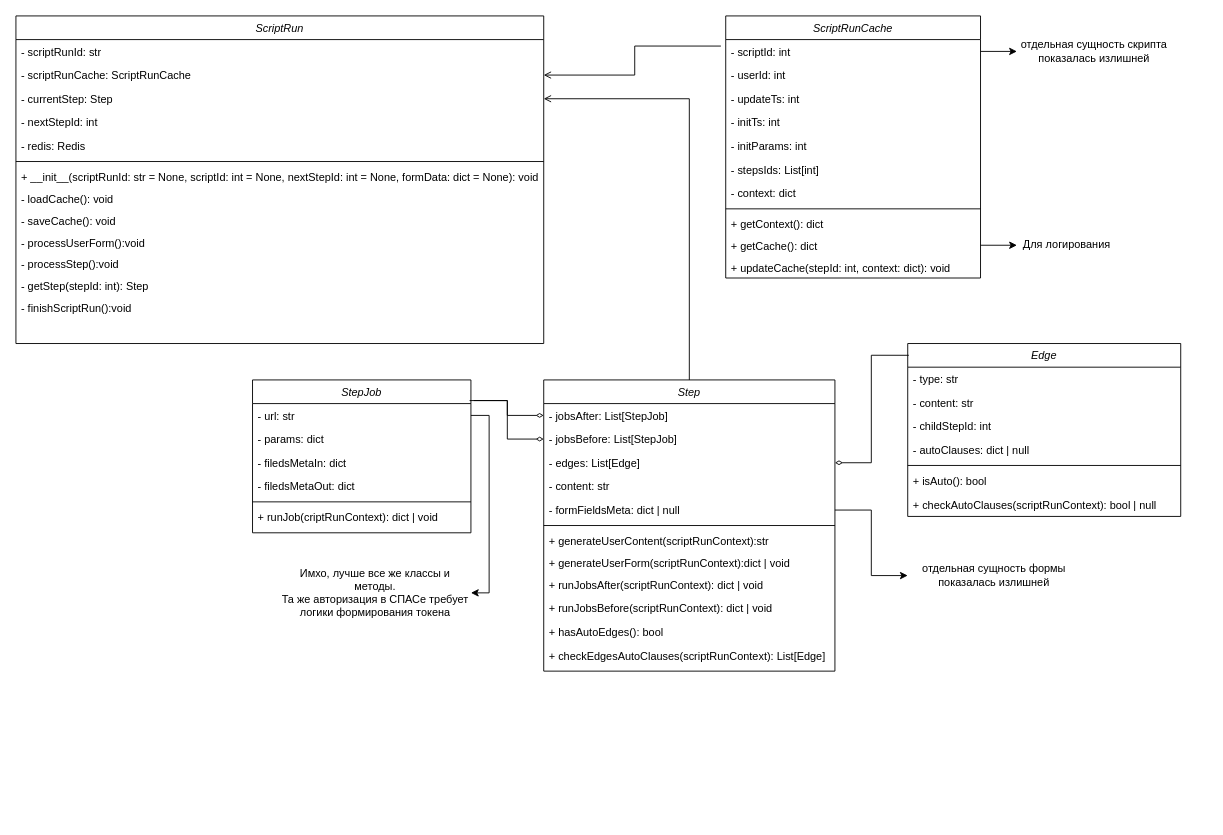
The draw.io diagram scripting_uml.drawio in pashorg/stuff, before the edit. Source tidied: cells renumbered, new cells numbered last; positions are measured from the earlier drawing's top-left corner, leaving out a move shared by most shapes. Both pictures are drawn from the tidied source at 91%, with x=0, y=0 at pixel (15, 15).
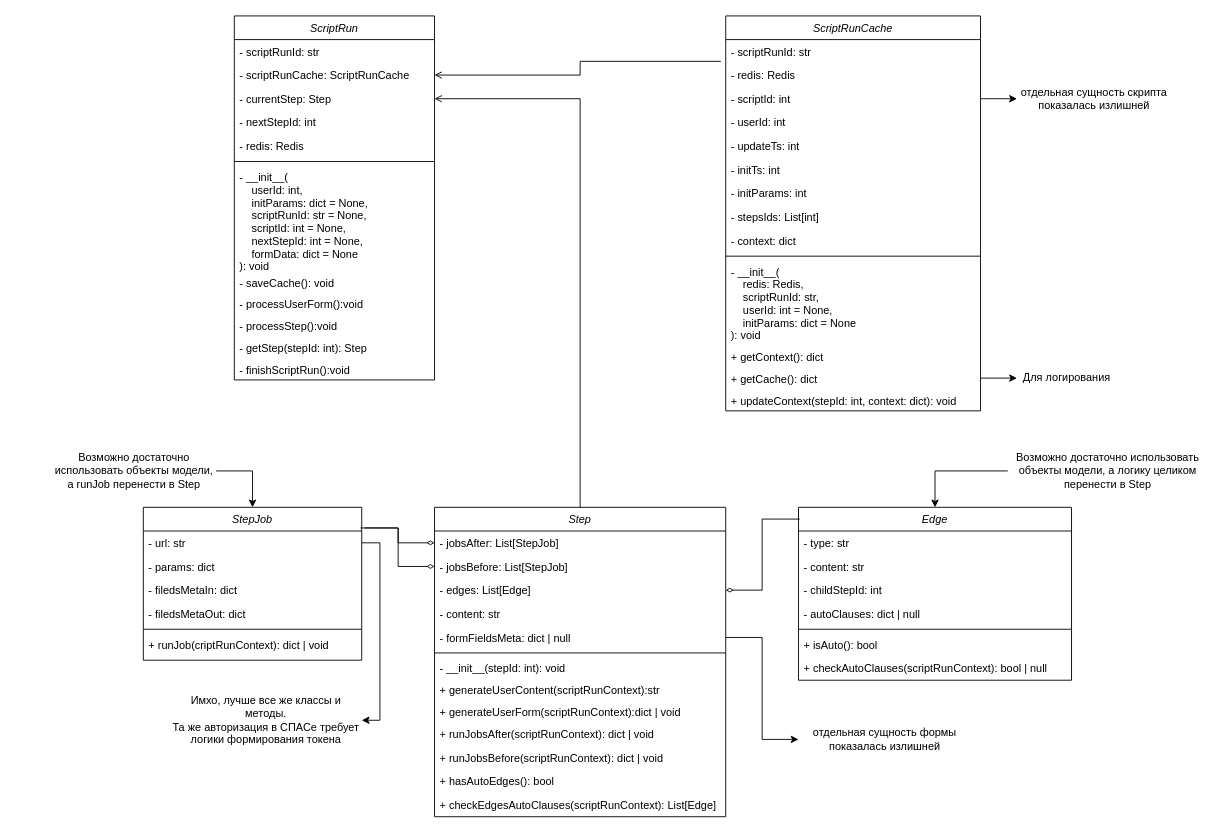
Above is the later version.

What changed in the source:
```diff
@@
     <mxCell id="2" value="ScriptRun" style="swimlane;fontStyle=2;align=center;verticalAlign=top;horizontal=1;startSize=26;rounded=0;shadow=0;strokeWidth=1;" parent="1" vertex="1">
-      <mxGeometry width="580" height="360" as="geometry" />
+      <mxGeometry x="240" width="220" height="400" as="geometry" />
     </mxCell>
     <mxCell id="3" value="- scriptRunId: str" style="text;align=left;verticalAlign=top;spacingLeft=4;spacingRight=4;overflow=hidden;rounded=0;shadow=0;html=0;" parent="2" vertex="1">
-      <mxGeometry y="26" width="580" height="26" as="geometry" />
+      <mxGeometry y="26" width="220" height="26" as="geometry" />
     </mxCell>
     <mxCell id="4" value="- scriptRunCache: ScriptRunCache" style="text;align=left;verticalAlign=top;spacingLeft=4;spacingRight=4;overflow=hidden;points=[[0,0.5],[1,0.5]];portConstraint=eastwest;rounded=0;shadow=0;html=0;" parent="2" vertex="1">
-      <mxGeometry y="52" width="580" height="26" as="geometry" />
+      <mxGeometry y="52" width="220" height="26" as="geometry" />
     </mxCell>
     <mxCell id="5" value="- currentStep: Step" style="text;align=left;verticalAlign=top;spacingLeft=4;spacingRight=4;overflow=hidden;points=[[0,0.5],[1,0.5]];portConstraint=eastwest;rounded=0;shadow=0;html=0;" parent="2" vertex="1">
-      <mxGeometry y="78" width="580" height="26" as="geometry" />
+      <mxGeometry y="78" width="220" height="26" as="geometry" />
     </mxCell>
     <mxCell id="6" value="- nextStepId: int" style="text;align=left;verticalAlign=top;spacingLeft=4;spacingRight=4;overflow=hidden;rounded=0;shadow=0;html=0;" parent="2" vertex="1">
-      <mxGeometry y="104" width="580" height="26" as="geometry" />
+      <mxGeometry y="104" width="220" height="26" as="geometry" />
     </mxCell>
     <mxCell id="7" value="- redis: Redis" style="text;align=left;verticalAlign=top;spacingLeft=4;spacingRight=4;overflow=hidden;rounded=0;shadow=0;html=0;" parent="2" vertex="1">
-      <mxGeometry y="130" width="580" height="26" as="geometry" />
+      <mxGeometry y="130" width="220" height="26" as="geometry" />
     </mxCell>
     <mxCell id="8" style="line;html=1;strokeWidth=1;align=left;verticalAlign=middle;spacingTop=-1;spacingLeft=3;spacingRight=3;labelPosition=right;" parent="2" vertex="1">
-      <mxGeometry y="156" width="580" height="8" as="geometry" />
+      <mxGeometry y="156" width="220" height="8" as="geometry" />
     </mxCell>
-    <mxCell id="9" value="+ __init__(scriptRunId: str = None, scriptId: int = None, nextStepId: int = None, formData: dict = None): void" style="text;align=left;verticalAlign=top;spacingLeft=4;spacingRight=4;overflow=hidden;" parent="2" vertex="1">
-      <mxGeometry y="164" width="580" height="24" as="geometry" />
+    <mxCell id="9" value="- __init__(&#10;    userId: int, &#10;    initParams: dict = None, &#10;    scriptRunId: str = None, &#10;    scriptId: int = None, &#10;    nextStepId: int = None, &#10;    formData: dict = None&#10;): void" style="text;align=left;verticalAlign=top;spacingLeft=4;spacingRight=4;overflow=hidden;" parent="2" vertex="1">
+      <mxGeometry y="164" width="220" height="116" as="geometry" />
     </mxCell>
-    <mxCell id="10" value="- loadCache(): void" style="text;align=left;verticalAlign=top;spacingLeft=4;spacingRight=4;overflow=hidden;" parent="2" vertex="1">
-      <mxGeometry y="188" width="580" height="24" as="geometry" />
-    </mxCell>
     <mxCell id="11" value="- saveCache(): void" style="text;align=left;verticalAlign=top;spacingLeft=4;spacingRight=4;overflow=hidden;" parent="2" vertex="1">
-      <mxGeometry y="212" width="580" height="24" as="geometry" />
+      <mxGeometry y="280" width="220" height="24" as="geometry" />
     </mxCell>
     <mxCell id="12" value="- processUserForm():void" style="text;align=left;verticalAlign=top;spacingLeft=4;spacingRight=4;overflow=hidden;" parent="2" vertex="1">
-      <mxGeometry y="236" width="580" height="24" as="geometry" />
+      <mxGeometry y="304" width="220" height="24" as="geometry" />
     </mxCell>
     <mxCell id="13" value="- processStep():void" style="text;align=left;verticalAlign=top;spacingLeft=4;spacingRight=4;overflow=hidden;" parent="2" vertex="1">
-      <mxGeometry y="260" width="580" height="24" as="geometry" />
+      <mxGeometry y="328" width="220" height="24" as="geometry" />
     </mxCell>
     <mxCell id="14" value="- getStep(stepId: int): Step" style="text;align=left;verticalAlign=top;spacingLeft=4;spacingRight=4;overflow=hidden;" parent="2" vertex="1">
-      <mxGeometry y="284" width="580" height="24" as="geometry" />
+      <mxGeometry y="352" width="220" height="24" as="geometry" />
     </mxCell>
     <mxCell id="15" value="- finishScriptRun():void" style="text;align=left;verticalAlign=top;spacingLeft=4;spacingRight=4;overflow=hidden;" parent="2" vertex="1">
-      <mxGeometry y="308" width="580" height="24" as="geometry" />
+      <mxGeometry y="376" width="220" height="24" as="geometry" />
     </mxCell>
     <mxCell id="16" value="ScriptRunCache" style="swimlane;fontStyle=2;align=center;verticalAlign=top;horizontal=1;startSize=26;rounded=0;shadow=0;strokeWidth=1;" parent="1" vertex="1">
-      <mxGeometry x="780" width="280" height="288" as="geometry" />
+      <mxGeometry x="780" width="280" height="434" as="geometry" />
     </mxCell>
+    <mxCell id="69" value="- scriptRunId: str" style="text;align=left;verticalAlign=top;spacingLeft=4;spacingRight=4;overflow=hidden;rounded=0;shadow=0;html=0;" parent="16" vertex="1">
+      <mxGeometry y="26" width="280" height="26" as="geometry" />
+    </mxCell>
+    <mxCell id="70" value="- redis: Redis" style="text;align=left;verticalAlign=top;spacingLeft=4;spacingRight=4;overflow=hidden;rounded=0;shadow=0;html=0;" parent="16" vertex="1">
+      <mxGeometry y="52" width="280" height="26" as="geometry" />
+    </mxCell>
     <mxCell id="17" value="- scriptId: int" style="text;align=left;verticalAlign=top;spacingLeft=4;spacingRight=4;overflow=hidden;points=[[0,0.5],[1,0.5]];portConstraint=eastwest;rounded=0;shadow=0;html=0;" parent="16" vertex="1">
-      <mxGeometry y="26" width="280" height="26" as="geometry" />
+      <mxGeometry y="78" width="280" height="26" as="geometry" />
     </mxCell>
     <mxCell id="18" value="- userId: int" style="text;align=left;verticalAlign=top;spacingLeft=4;spacingRight=4;overflow=hidden;rounded=0;shadow=0;html=0;" parent="16" vertex="1">
-      <mxGeometry y="52" width="280" height="26" as="geometry" />
+      <mxGeometry y="104" width="280" height="26" as="geometry" />
     </mxCell>
     <mxCell id="19" value="- updateTs: int" style="text;align=left;verticalAlign=top;spacingLeft=4;spacingRight=4;overflow=hidden;rounded=0;shadow=0;html=0;" parent="16" vertex="1">
-      <mxGeometry y="78" width="280" height="26" as="geometry" />
+      <mxGeometry y="130" width="280" height="26" as="geometry" />
     </mxCell>
     <mxCell id="20" value="- initTs: int" style="text;align=left;verticalAlign=top;spacingLeft=4;spacingRight=4;overflow=hidden;rounded=0;shadow=0;html=0;" parent="16" vertex="1">
-      <mxGeometry y="104" width="280" height="26" as="geometry" />
+      <mxGeometry y="156" width="280" height="26" as="geometry" />
     </mxCell>
     <mxCell id="21" value="- initParams: int" style="text;align=left;verticalAlign=top;spacingLeft=4;spacingRight=4;overflow=hidden;rounded=0;shadow=0;html=0;" parent="16" vertex="1">
-      <mxGeometry y="130" width="280" height="26" as="geometry" />
+      <mxGeometry y="182" width="280" height="26" as="geometry" />
     </mxCell>
     <mxCell id="22" value="- stepsIds: List[int]" style="text;align=left;verticalAlign=top;spacingLeft=4;spacingRight=4;overflow=hidden;rounded=0;shadow=0;html=0;" parent="16" vertex="1">
-      <mxGeometry y="156" width="280" height="26" as="geometry" />
+      <mxGeometry y="208" width="280" height="26" as="geometry" />
     </mxCell>
     <mxCell id="23" value="- context: dict" style="text;align=left;verticalAlign=top;spacingLeft=4;spacingRight=4;overflow=hidden;rounded=0;shadow=0;html=0;" parent="16" vertex="1">
-      <mxGeometry y="182" width="280" height="26" as="geometry" />
+      <mxGeometry y="234" width="280" height="26" as="geometry" />
     </mxCell>
     <mxCell id="24" style="line;html=1;strokeWidth=1;align=left;verticalAlign=middle;spacingTop=-1;spacingLeft=3;spacingRight=3;labelPosition=right;" parent="16" vertex="1">
-      <mxGeometry y="208" width="280" height="8" as="geometry" />
+      <mxGeometry y="260" width="280" height="8" as="geometry" />
     </mxCell>
+    <mxCell id="71" value="- __init__(&#10;    redis: Redis, &#10;    scriptRunId: str, &#10;    userId: int = None, &#10;    initParams: dict = None&#10;): void" style="text;align=left;verticalAlign=top;spacingLeft=4;spacingRight=4;overflow=hidden;" parent="16" vertex="1">
+      <mxGeometry y="268" width="280" height="94" as="geometry" />
+    </mxCell>
     <mxCell id="25" value="+ getContext(): dict" style="text;align=left;verticalAlign=top;spacingLeft=4;spacingRight=4;overflow=hidden;" parent="16" vertex="1">
-      <mxGeometry y="216" width="280" height="24" as="geometry" />
+      <mxGeometry y="362" width="280" height="24" as="geometry" />
     </mxCell>
     <mxCell id="26" value="+ getCache(): dict" style="text;align=left;verticalAlign=top;spacingLeft=4;spacingRight=4;overflow=hidden;points=[[0,0.5],[1,0.5]];portConstraint=eastwest;" parent="16" vertex="1">
-      <mxGeometry y="240" width="280" height="24" as="geometry" />
+      <mxGeometry y="386" width="280" height="24" as="geometry" />
     </mxCell>
-    <mxCell id="27" value="+ updateCache(stepId: int, context: dict): void" style="text;align=left;verticalAlign=top;spacingLeft=4;spacingRight=4;overflow=hidden;" parent="16" vertex="1">
-      <mxGeometry y="264" width="280" height="24" as="geometry" />
+    <mxCell id="27" value="+ updateContext(stepId: int, context: dict): void" style="text;align=left;verticalAlign=top;spacingLeft=4;spacingRight=4;overflow=hidden;" parent="16" vertex="1">
+      <mxGeometry y="410" width="280" height="24" as="geometry" />
     </mxCell>
@@
     <mxCell id="29" value="Step" style="swimlane;fontStyle=2;align=center;verticalAlign=top;horizontal=1;startSize=26;rounded=0;shadow=0;strokeWidth=1;" parent="1" vertex="1">
-      <mxGeometry x="580" y="400" width="320" height="320" as="geometry" />
+      <mxGeometry x="460" y="540" width="320" height="340" as="geometry" />
     </mxCell>
@@
-    <mxCell id="36" value="+ generateUserContent(scriptRunContext):str" style="text;align=left;verticalAlign=top;spacingLeft=4;spacingRight=4;overflow=hidden;" parent="29" vertex="1">
+    <mxCell id="36" value="- __init__(stepId: int): void" style="text;align=left;verticalAlign=top;spacingLeft=4;spacingRight=4;overflow=hidden;" parent="29" vertex="1">
       <mxGeometry y="164" width="320" height="24" as="geometry" />
     </mxCell>
+    <mxCell id="72" value="+ generateUserContent(scriptRunContext):str" style="text;align=left;verticalAlign=top;spacingLeft=4;spacingRight=4;overflow=hidden;" parent="29" vertex="1">
+      <mxGeometry y="188" width="320" height="24" as="geometry" />
+    </mxCell>
     <mxCell id="37" value="+ generateUserForm(scriptRunContext):dict | void" style="text;align=left;verticalAlign=top;spacingLeft=4;spacingRight=4;overflow=hidden;" parent="29" vertex="1">
-      <mxGeometry y="188" width="320" height="24" as="geometry" />
+      <mxGeometry y="212" width="320" height="24" as="geometry" />
     </mxCell>
     <mxCell id="38" value="+ runJobsAfter(scriptRunContext): dict | void" style="text;align=left;verticalAlign=top;spacingLeft=4;spacingRight=4;overflow=hidden;rounded=0;shadow=0;html=0;" parent="29" vertex="1">
-      <mxGeometry y="212" width="320" height="26" as="geometry" />
+      <mxGeometry y="236" width="320" height="26" as="geometry" />
     </mxCell>
     <mxCell id="39" value="+ runJobsBefore(scriptRunContext): dict | void" style="text;align=left;verticalAlign=top;spacingLeft=4;spacingRight=4;overflow=hidden;rounded=0;shadow=0;html=0;" parent="29" vertex="1">
-      <mxGeometry y="238" width="320" height="26" as="geometry" />
+      <mxGeometry y="262" width="320" height="26" as="geometry" />
     </mxCell>
     <mxCell id="40" value="+ hasAutoEdges(): bool" style="text;align=left;verticalAlign=top;spacingLeft=4;spacingRight=4;overflow=hidden;rounded=0;shadow=0;html=0;" parent="29" vertex="1">
-      <mxGeometry y="264" width="320" height="26" as="geometry" />
+      <mxGeometry y="288" width="320" height="26" as="geometry" />
     </mxCell>
     <mxCell id="41" value="+ checkEdgesAutoClauses(scriptRunContext): List[Edge]" style="text;align=left;verticalAlign=top;spacingLeft=4;spacingRight=4;overflow=hidden;rounded=0;shadow=0;html=0;" parent="29" vertex="1">
-      <mxGeometry y="290" width="320" height="26" as="geometry" />
+      <mxGeometry y="314" width="320" height="26" as="geometry" />
     </mxCell>
@@
     <mxCell id="43" value="StepJob" style="swimlane;fontStyle=2;align=center;verticalAlign=top;horizontal=1;startSize=26;rounded=0;shadow=0;strokeWidth=1;" parent="1" vertex="1">
-      <mxGeometry x="260" y="400" width="240" height="168" as="geometry" />
+      <mxGeometry x="140" y="540" width="240" height="168" as="geometry" />
     </mxCell>
@@
     <mxCell id="52" value="Edge" style="swimlane;fontStyle=2;align=center;verticalAlign=top;horizontal=1;startSize=26;rounded=0;shadow=0;strokeWidth=1;" parent="1" vertex="1">
-      <mxGeometry x="980" y="360" width="300" height="190" as="geometry" />
+      <mxGeometry x="860" y="540" width="300" height="190" as="geometry" />
     </mxCell>
@@
     <mxCell id="61" value="отдельная сущность скрипта показалась излишней" style="text;html=1;strokeColor=none;fillColor=none;align=center;verticalAlign=middle;whiteSpace=wrap;rounded=0;" parent="1" vertex="1">
-      <mxGeometry x="1100" y="24" width="170" height="30" as="geometry" />
+      <mxGeometry x="1100" y="76" width="170" height="30" as="geometry" />
     </mxCell>
     <mxCell id="62" value="Для логирования" style="text;html=1;strokeColor=none;fillColor=none;align=center;verticalAlign=middle;whiteSpace=wrap;rounded=0;" parent="1" vertex="1">
-      <mxGeometry x="1100" y="237" width="110" height="30" as="geometry" />
+      <mxGeometry x="1100" y="383" width="110" height="30" as="geometry" />
     </mxCell>
@@
     <mxCell id="65" value="отдельная сущность формы показалась излишней" style="text;html=1;strokeColor=none;fillColor=none;align=center;verticalAlign=middle;whiteSpace=wrap;rounded=0;" parent="1" vertex="1">
-      <mxGeometry x="980" y="600" width="190" height="30" as="geometry" />
+      <mxGeometry x="860" y="780" width="190" height="30" as="geometry" />
     </mxCell>
     <mxCell id="66" value="Имхо, лучше все же классы и методы. &lt;br&gt;Та же авторизация в СПАСе требует логики формирования токена" style="text;html=1;strokeColor=none;fillColor=none;align=center;verticalAlign=middle;whiteSpace=wrap;rounded=0;" parent="1" vertex="1">
-      <mxGeometry x="290" y="600" width="210" height="68" as="geometry" />
+      <mxGeometry x="170" y="740" width="210" height="68" as="geometry" />
     </mxCell>
@@
+    <mxCell id="73" style="edgeStyle=orthogonalEdgeStyle;rounded=0;jettySize=auto;html=1;exitX=1;exitY=0.5;exitDx=0;exitDy=0;entryX=0.5;entryY=0;entryDx=0;entryDy=0;" parent="1" edge="1" source="74" target="43">
+      <mxGeometry relative="1" as="geometry" />
+    </mxCell>
+    <mxCell id="74" value="Возможно достаточно использовать объекты модели, а runJob перенести в Step" style="text;html=1;strokeColor=none;fillColor=none;align=center;verticalAlign=middle;whiteSpace=wrap;rounded=0;" parent="1" vertex="1">
+      <mxGeometry x="40" y="480" width="180" height="40" as="geometry" />
+    </mxCell>
+    <mxCell id="75" style="edgeStyle=orthogonalEdgeStyle;rounded=0;jettySize=auto;html=1;exitX=0;exitY=0.5;exitDx=0;exitDy=0;entryX=0.5;entryY=0;entryDx=0;entryDy=0;" parent="1" edge="1" source="76" target="52">
+      <mxGeometry relative="1" as="geometry" />
+    </mxCell>
+    <mxCell id="76" value="Возможно достаточно использовать объекты модели, а логику целиком перенести в Step" style="text;html=1;strokeColor=none;fillColor=none;align=center;verticalAlign=middle;whiteSpace=wrap;rounded=0;" parent="1" vertex="1">
+      <mxGeometry x="1090" y="480" width="220" height="40" as="geometry" />
+    </mxCell>
```
